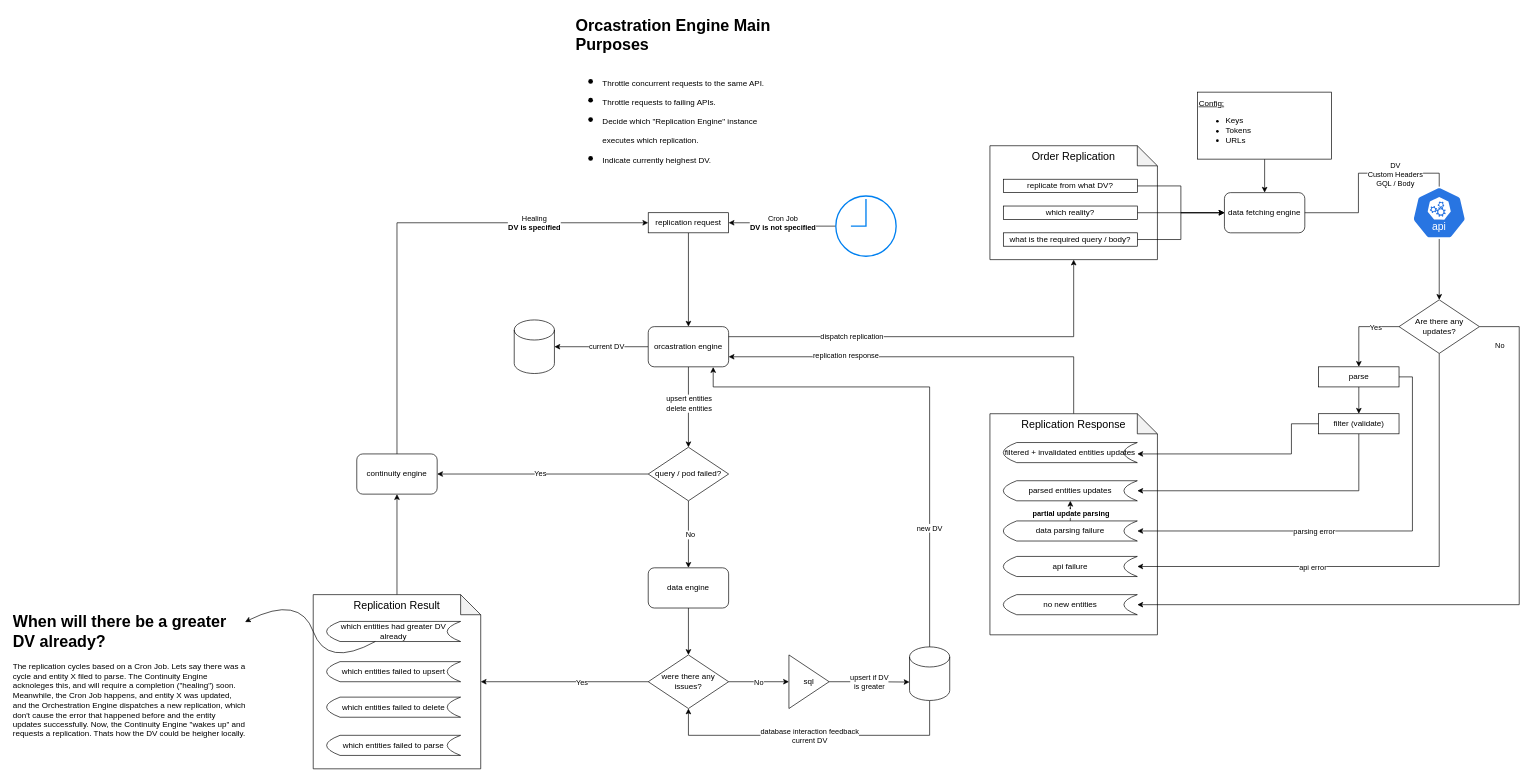
ZukLevinson/replication keeps this draw.io diagram as architecture.drawio. Above is the earlier version. Source tidied: cells renumbered, new cells numbered last; positions are measured from the earlier drawing's top-left corner, leaving out a move shared by most shapes. Both pictures are drawn from the tidied source at 67%, with x=0, y=0 at pixel (11, 11).
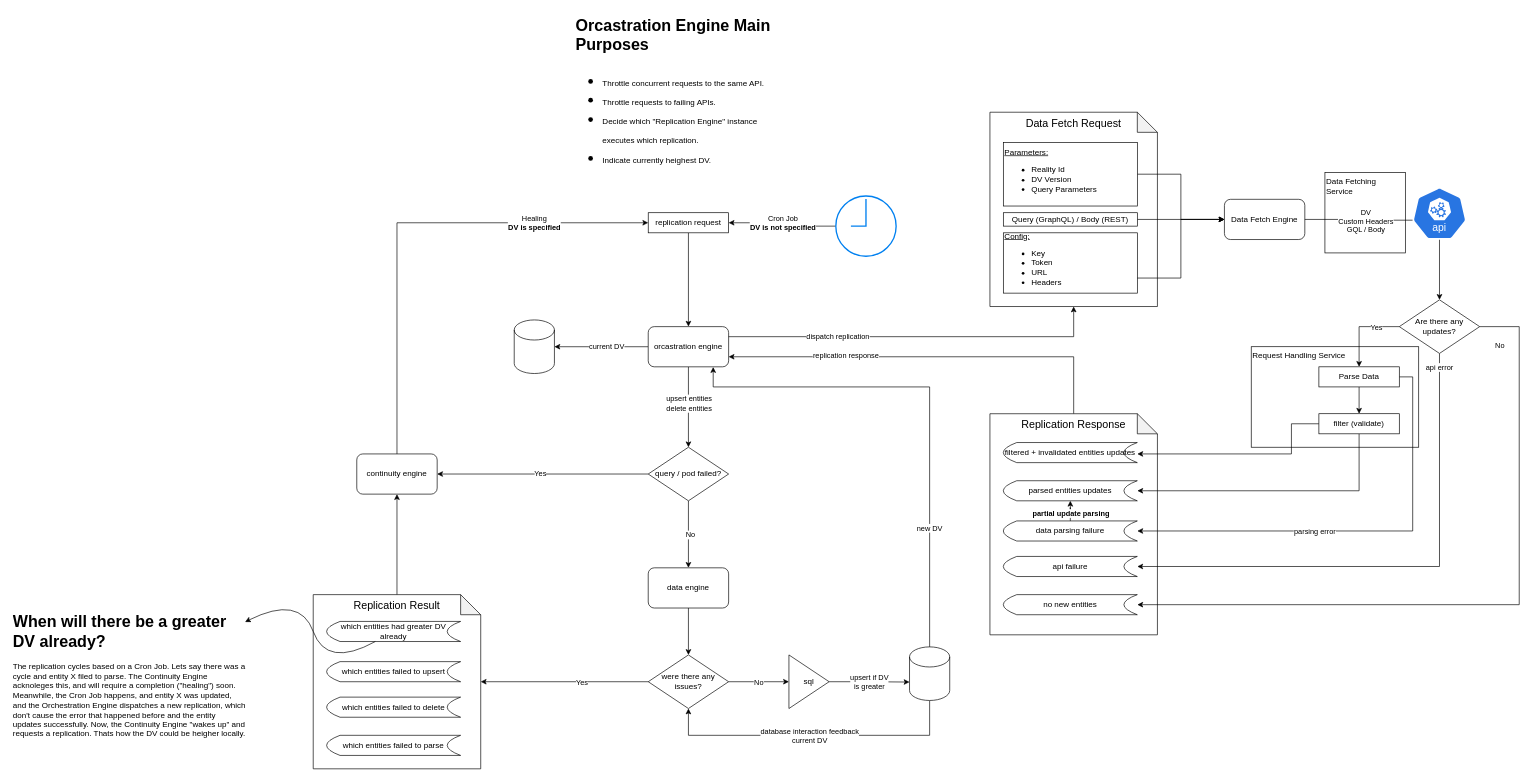
After the change.

The change refers to these unchanged cells:
```xml
<mxCell id="23" style="edgeStyle=orthogonalEdgeStyle;rounded=0;jettySize=auto;html=1;entryX=1;entryY=0.5;entryDx=0;entryDy=0;" parent="1" edge="1" source="25" target="45">
  <mxGeometry relative="1" as="geometry">
    <Array as="points">
      <mxPoint x="2131" y="828" />
    </Array>
  </mxGeometry>
</mxCell>
```

What changed in the source:
```diff
@@
+    <mxCell id="85" value="Data Fetching Service" style="rounded=0;whiteSpace=wrap;html=1;align=left;verticalAlign=top;" parent="1" vertex="1">
+      <mxGeometry x="1960" y="240" width="120" height="120" as="geometry" />
+    </mxCell>
+    <mxCell id="86" value="Request Handling Service" style="rounded=0;whiteSpace=wrap;html=1;align=left;verticalAlign=top;" parent="1" vertex="1">
+      <mxGeometry x="1850" y="500" width="250" height="150" as="geometry" />
+    </mxCell>
@@
-    <mxCell id="5" value="Order Replication" style="shape=note;whiteSpace=wrap;html=1;backgroundOutline=1;darkOpacity=0.05;verticalAlign=top;fontSize=16;" parent="1" vertex="1">
-      <mxGeometry x="1460" y="200" width="250" height="170" as="geometry" />
+    <mxCell id="5" value="Data Fetch Request" style="shape=note;whiteSpace=wrap;html=1;backgroundOutline=1;darkOpacity=0.05;verticalAlign=top;fontSize=16;" parent="1" vertex="1">
+      <mxGeometry x="1460" y="150" width="250" height="290" as="geometry" />
     </mxCell>
-    <mxCell id="6" value="data fetching engine" style="rounded=1;whiteSpace=wrap;html=1;" parent="1" vertex="1">
-      <mxGeometry x="1810" y="270" width="120" height="60" as="geometry" />
+    <mxCell id="6" value="Data Fetch Engine" style="rounded=1;whiteSpace=wrap;html=1;" parent="1" vertex="1">
+      <mxGeometry x="1810" y="280" width="120" height="60" as="geometry" />
     </mxCell>
@@
     <mxCell id="8" style="sketch=0;html=1;dashed=0;whitespace=wrap;verticalLabelPosition=bottom;verticalAlign=top;fillColor=#2875E2;strokeColor=#ffffff;points=[[0.005,0.63,0],[0.1,0.2,0],[0.9,0.2,0],[0.5,0,0],[0.995,0.63,0],[0.72,0.99,0],[0.5,1,0],[0.28,0.99,0]];shape=mxgraph.kubernetes.icon2;kubernetesLabel=1;prIcon=api;" parent="1" vertex="1">
-      <mxGeometry x="2090" y="261" width="81.2" height="78" as="geometry" />
+      <mxGeometry x="2090.4" y="262" width="81.2" height="78" as="geometry" />
     </mxCell>
@@
-    <mxCell id="17" style="edgeStyle=orthogonalEdgeStyle;rounded=0;jettySize=auto;html=1;exitX=1;exitY=0.5;exitDx=0;exitDy=0;entryX=0.5;entryY=0;entryDx=0;entryDy=0;entryPerimeter=0;endArrow=none;endFill=0;" parent="1" edge="1" source="6" target="8">
+    <mxCell id="17" style="edgeStyle=orthogonalEdgeStyle;rounded=0;jettySize=auto;html=1;exitX=1;exitY=0.5;exitDx=0;exitDy=0;entryX=0.005;entryY=0.63;entryDx=0;entryDy=0;entryPerimeter=0;endArrow=none;endFill=0;" parent="1" edge="1" source="6" target="8">
       <mxGeometry relative="1" as="geometry" />
     </mxCell>
     <mxCell id="18" value="DV&lt;br&gt;Custom Headers&lt;br&gt;GQL / Body" style="edgeLabel;html=1;align=center;verticalAlign=middle;" parent="17" vertex="1">
-      <mxGeometry x="0.38" y="-1" relative="1" as="geometry" />
+      <mxGeometry x="0.38" y="-1" relative="1" as="geometry">
+        <mxPoint x="-20" as="offset" />
+      </mxGeometry>
     </mxCell>
@@
     <mxCell id="24" value="api error" style="edgeLabel;html=1;align=center;verticalAlign=middle;" parent="23" vertex="1">
-      <mxGeometry x="0.32" relative="1" as="geometry" />
+      <mxGeometry x="0.32" relative="1" as="geometry">
+        <mxPoint x="189" y="-298" as="offset" />
+      </mxGeometry>
     </mxCell>
     <mxCell id="25" value="Are there any updates?" style="rhombus;whiteSpace=wrap;html=1;" parent="1" vertex="1">
-      <mxGeometry x="2070.6" y="430" width="120" height="80" as="geometry" />
+      <mxGeometry x="2071" y="430" width="120" height="80" as="geometry" />
     </mxCell>
@@
-    <mxCell id="29" value="parse" style="rounded=0;whiteSpace=wrap;html=1;" parent="1" vertex="1">
-      <mxGeometry x="1950.6" y="530" width="120" height="30" as="geometry" />
+    <mxCell id="29" value="Parse Data" style="rounded=0;whiteSpace=wrap;html=1;" parent="1" vertex="1">
+      <mxGeometry x="1951" y="530" width="120" height="30" as="geometry" />
     </mxCell>
@@
     <mxCell id="32" value="filter (validate)" style="rounded=0;whiteSpace=wrap;html=1;" parent="1" vertex="1">
-      <mxGeometry x="1950.6" y="600" width="120" height="30" as="geometry" />
+      <mxGeometry x="1951" y="600" width="120" height="30" as="geometry" />
     </mxCell>
@@
-    <mxCell id="35" style="edgeStyle=orthogonalEdgeStyle;rounded=0;jettySize=auto;html=1;" parent="1" edge="1" source="36" target="6">
+    <mxCell id="35" style="edgeStyle=orthogonalEdgeStyle;rounded=0;jettySize=auto;html=1;entryX=0;entryY=0.5;entryDx=0;entryDy=0;" parent="1" edge="1" source="36" target="6">
       <mxGeometry relative="1" as="geometry" />
     </mxCell>
-    <mxCell id="36" value="replicate from what DV?" style="rounded=0;whiteSpace=wrap;html=1;" parent="1" vertex="1">
-      <mxGeometry x="1480" y="250" width="200" height="20" as="geometry" />
+    <mxCell id="36" value="&lt;div&gt;&lt;u&gt;Parameters:&lt;/u&gt;&lt;/div&gt;&lt;div&gt;&lt;ul&gt;&lt;li&gt;Reality Id&lt;/li&gt;&lt;li style=&quot;&quot;&gt;DV Version&lt;/li&gt;&lt;li style=&quot;&quot;&gt;Query Parameters&lt;/li&gt;&lt;/ul&gt;&lt;/div&gt;" style="rounded=0;whiteSpace=wrap;html=1;align=left;" parent="1" vertex="1">
+      <mxGeometry x="1480" y="195" width="200" height="95" as="geometry" />
     </mxCell>
-    <mxCell id="37" style="edgeStyle=orthogonalEdgeStyle;rounded=0;jettySize=auto;html=1;exitX=1;exitY=0.5;exitDx=0;exitDy=0;entryX=0;entryY=0.5;entryDx=0;entryDy=0;" parent="1" edge="1" source="38" target="6">
-      <mxGeometry relative="1" as="geometry" />
-    </mxCell>
-    <mxCell id="38" value="which reality?" style="rounded=0;whiteSpace=wrap;html=1;" parent="1" vertex="1">
-      <mxGeometry x="1480" y="290" width="200" height="20" as="geometry" />
-    </mxCell>
@@
-    <mxCell id="41" style="edgeStyle=orthogonalEdgeStyle;rounded=0;jettySize=auto;html=1;" parent="1" edge="1" source="42" target="6">
-      <mxGeometry relative="1" as="geometry" />
-    </mxCell>
-    <mxCell id="42" value="&lt;u&gt;Config:&lt;/u&gt;&lt;div&gt;&lt;ul&gt;&lt;li&gt;&lt;span style=&quot;background-color: transparent; color: light-dark(rgb(0, 0, 0), rgb(255, 255, 255));&quot;&gt;Keys&lt;/span&gt;&lt;/li&gt;&lt;li&gt;&lt;span style=&quot;background-color: transparent; color: light-dark(rgb(0, 0, 0), rgb(255, 255, 255));&quot;&gt;Tokens&lt;/span&gt;&lt;/li&gt;&lt;li&gt;&lt;span style=&quot;background-color: transparent; color: light-dark(rgb(0, 0, 0), rgb(255, 255, 255));&quot;&gt;URLs&lt;/span&gt;&lt;/li&gt;&lt;/ul&gt;&lt;/div&gt;" style="rounded=0;whiteSpace=wrap;html=1;align=left;" parent="1" vertex="1">
-      <mxGeometry x="1770" y="120" width="200" height="100" as="geometry" />
+    <mxCell id="42" value="&lt;u&gt;Config:&lt;/u&gt;&lt;div&gt;&lt;ul&gt;&lt;li&gt;&lt;span style=&quot;background-color: transparent; color: light-dark(rgb(0, 0, 0), rgb(255, 255, 255));&quot;&gt;Key&lt;/span&gt;&lt;/li&gt;&lt;li&gt;&lt;span style=&quot;background-color: transparent; color: light-dark(rgb(0, 0, 0), rgb(255, 255, 255));&quot;&gt;Token&lt;/span&gt;&lt;/li&gt;&lt;li&gt;&lt;span style=&quot;background-color: transparent; color: light-dark(rgb(0, 0, 0), rgb(255, 255, 255));&quot;&gt;URL&lt;/span&gt;&lt;/li&gt;&lt;li&gt;&lt;span style=&quot;background-color: transparent; color: light-dark(rgb(0, 0, 0), rgb(255, 255, 255));&quot;&gt;Headers&lt;/span&gt;&lt;/li&gt;&lt;/ul&gt;&lt;/div&gt;" style="rounded=0;whiteSpace=wrap;html=1;align=left;" parent="1" vertex="1">
+      <mxGeometry x="1480" y="330" width="200" height="90" as="geometry" />
     </mxCell>
@@
-    <mxCell id="44" value="what is the required query / body?" style="rounded=0;whiteSpace=wrap;html=1;" parent="1" vertex="1">
-      <mxGeometry x="1480" y="330" width="200" height="20" as="geometry" />
+    <mxCell id="44" value="Query (GraphQL) / Body (REST)" style="rounded=0;whiteSpace=wrap;html=1;" parent="1" vertex="1">
+      <mxGeometry x="1480" y="300" width="200" height="20" as="geometry" />
     </mxCell>
@@
+    <mxCell id="41" style="edgeStyle=orthogonalEdgeStyle;rounded=0;jettySize=auto;html=1;exitX=1;exitY=0.75;exitDx=0;exitDy=0;entryX=0;entryY=0.5;entryDx=0;entryDy=0;" parent="1" edge="1" source="42" target="6">
+      <mxGeometry relative="1" as="geometry" />
+    </mxCell>
```
